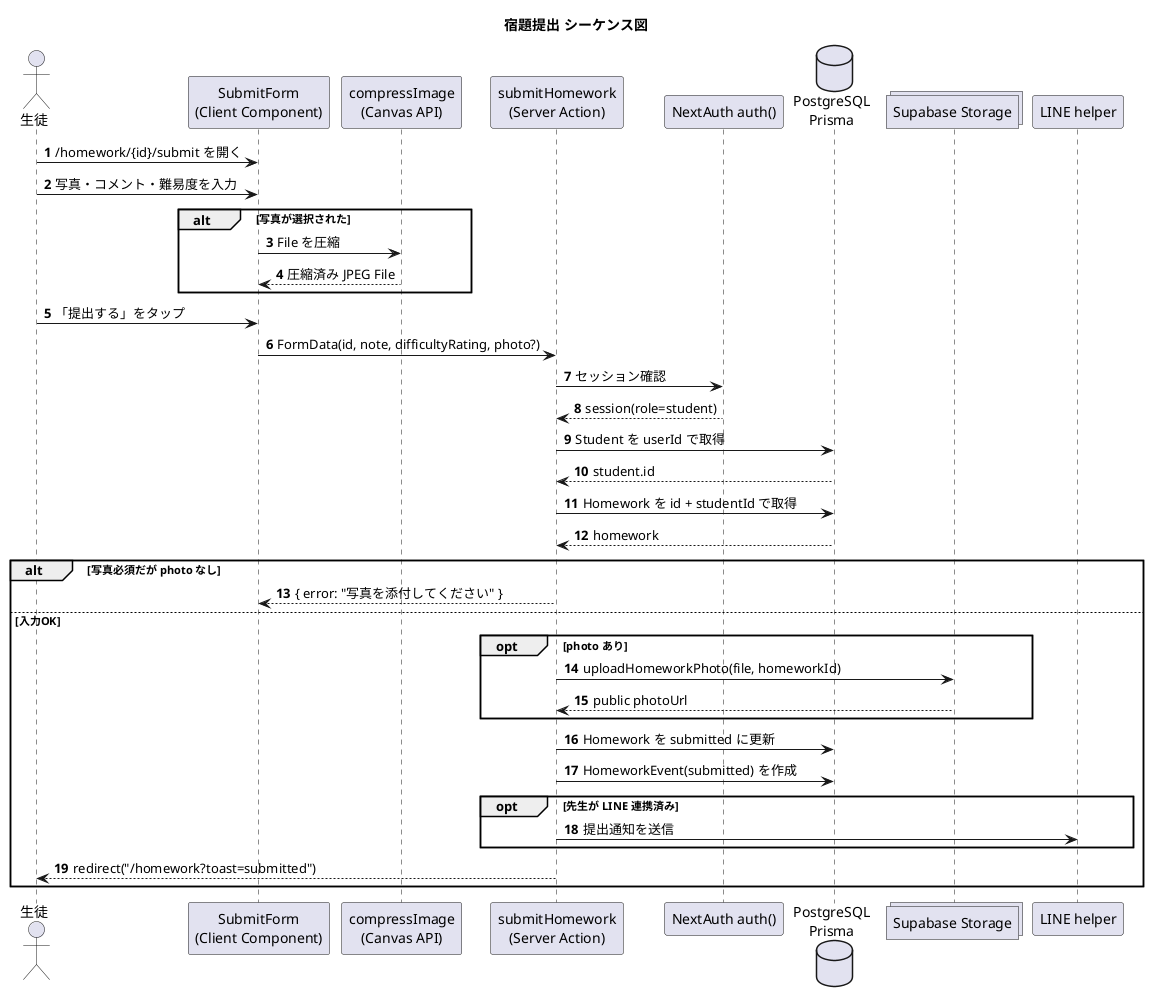
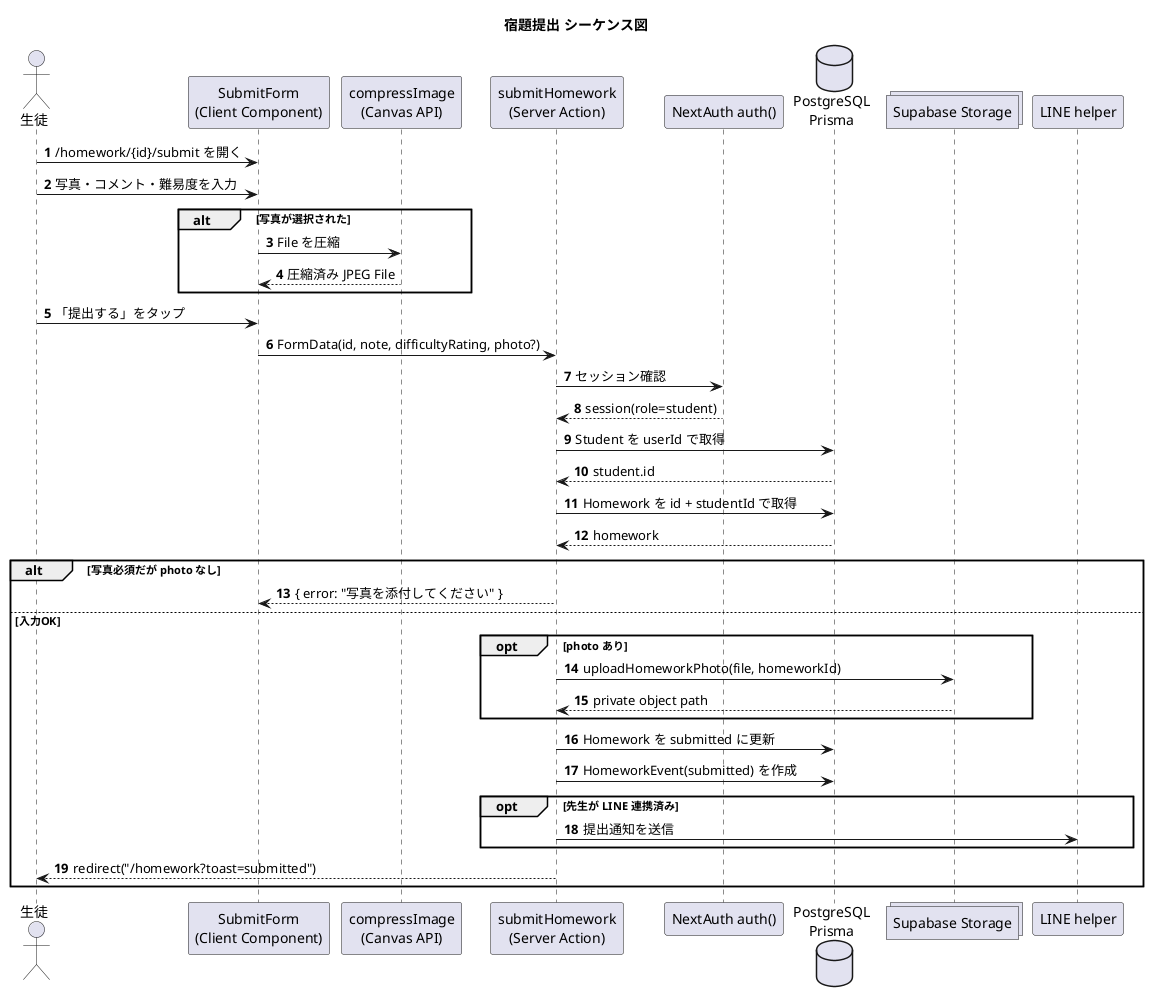
@startuml
' Related: UC-04, FR-HW-02, BR-HW-01, NFR-SEC-01
title 宿題提出 シーケンス図
autonumber

actor "生徒" as Student
participant "SubmitForm\n(Client Component)" as Form
participant "compressImage\n(Canvas API)" as Compressor
participant "submitHomework\n(Server Action)" as Action
participant "NextAuth auth()" as Auth
database "PostgreSQL\nPrisma" as DB
collections "Supabase Storage" as Storage
participant "LINE helper" as Line

Student -> Form : /homework/{id}/submit を開く
Student -> Form : 写真・コメント・難易度を入力
alt 写真が選択された
  Form -> Compressor : File を圧縮
  Compressor --> Form : 圧縮済み JPEG File
end

Student -> Form : 「提出する」をタップ
Form -> Action : FormData(id, note, difficultyRating, photo?)

Action -> Auth : セッション確認
Auth --> Action : session(role=student)

Action -> DB : Student を userId で取得
DB --> Action : student.id
Action -> DB : Homework を id + studentId で取得
DB --> Action : homework

alt 写真必須だが photo なし
  Action --> Form : { error: "写真を添付してください" }
else 入力OK
  opt photo あり
    Action -> Storage : uploadHomeworkPhoto(file, homeworkId)
-     Storage --> Action : public photoUrl
+     Storage --> Action : private object path
  end
  Action -> DB : Homework を submitted に更新
  Action -> DB : HomeworkEvent(submitted) を作成
  opt 先生が LINE 連携済み
    Action -> Line : 提出通知を送信
  end
  Action --> Student : redirect("/homework?toast=submitted")
end
@enduml
